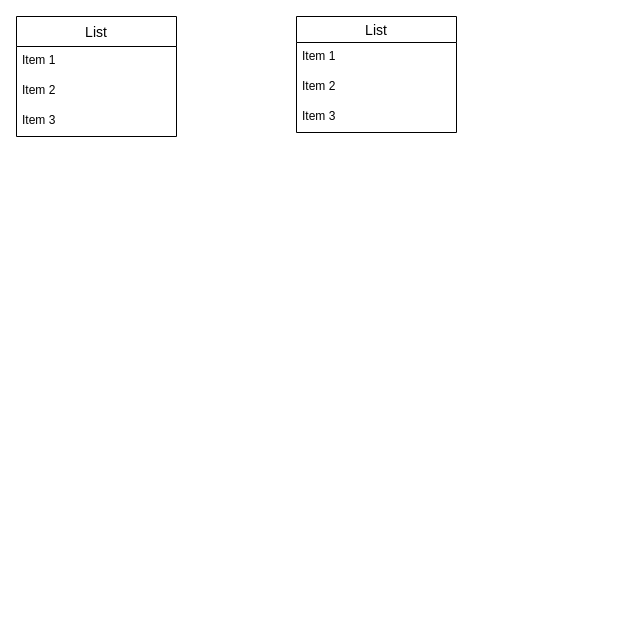
Earlier version of the draw.io diagram app/views/er.dio (mikArai5/furima-31920). Source tidied: cells renumbered, new cells numbered last; positions are measured from the earlier drawing's top-left corner, leaving out a move shared by most shapes. Both pictures are drawn from the tidied source at 100%, with x=0, y=0 at pixel (16, 16).
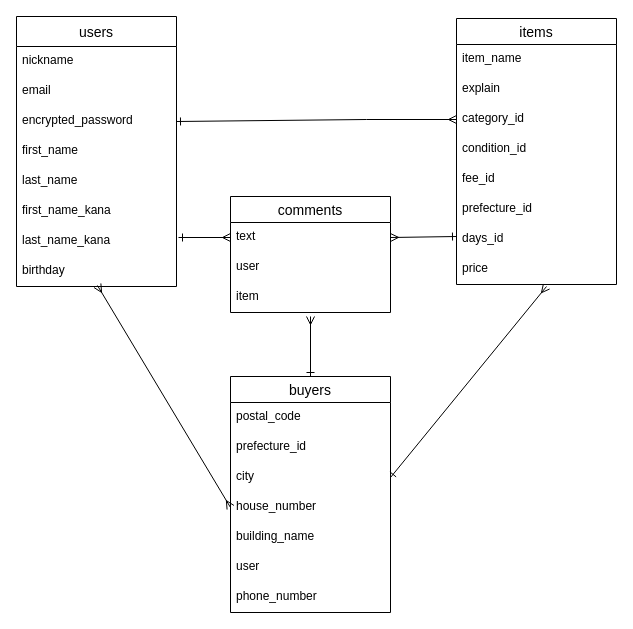
After the change.

Diff of the diagram source:
```diff
@@
-    <mxCell id="2" value="List" style="swimlane;fontStyle=0;horizontal=1;startSize=30;align=center;fontSize=14;" parent="1" vertex="1">
-      <mxGeometry width="160" height="120" as="geometry" />
+    <mxCell id="2" value="users" style="swimlane;fontStyle=0;horizontal=1;startSize=30;align=center;fontSize=14;" parent="1" vertex="1">
+      <mxGeometry width="160" height="270" as="geometry" />
     </mxCell>
-    <mxCell id="3" value="Item 1" style="text;strokeColor=none;fillColor=none;spacingLeft=4;spacingRight=4;overflow=hidden;fontSize=12;" parent="2" vertex="1">
+    <mxCell id="3" value="nickname" style="text;strokeColor=none;fillColor=none;spacingLeft=4;spacingRight=4;overflow=hidden;fontSize=12;" parent="2" vertex="1">
       <mxGeometry y="30" width="160" height="30" as="geometry" />
     </mxCell>
-    <mxCell id="4" value="Item 2" style="text;strokeColor=none;fillColor=none;spacingLeft=4;spacingRight=4;overflow=hidden;fontSize=12;" parent="2" vertex="1">
+    <mxCell id="4" value="email" style="text;strokeColor=none;fillColor=none;spacingLeft=4;spacingRight=4;overflow=hidden;fontSize=12;" parent="2" vertex="1">
       <mxGeometry y="60" width="160" height="30" as="geometry" />
     </mxCell>
-    <mxCell id="5" value="Item 3" style="text;strokeColor=none;fillColor=none;spacingLeft=4;spacingRight=4;overflow=hidden;points=[[0,0.5],[1,0.5]];portConstraint=eastwest;fontSize=12;" parent="2" vertex="1">
+    <mxCell id="5" value="encrypted_password" style="text;strokeColor=none;fillColor=none;spacingLeft=4;spacingRight=4;overflow=hidden;points=[[0,0.5],[1,0.5]];portConstraint=eastwest;fontSize=12;" parent="2" vertex="1">
       <mxGeometry y="90" width="160" height="30" as="geometry" />
     </mxCell>
+    <mxCell id="10" value="first_name" style="text;strokeColor=none;fillColor=none;spacingLeft=4;spacingRight=4;overflow=hidden;fontSize=12;" parent="2" vertex="1">
+      <mxGeometry y="120" width="160" height="30" as="geometry" />
+    </mxCell>
+    <mxCell id="11" value="last_name" style="text;strokeColor=none;fillColor=none;spacingLeft=4;spacingRight=4;overflow=hidden;fontSize=12;" parent="2" vertex="1">
+      <mxGeometry y="150" width="160" height="30" as="geometry" />
+    </mxCell>
+    <mxCell id="12" value="first_name_kana" style="text;strokeColor=none;fillColor=none;spacingLeft=4;spacingRight=4;overflow=hidden;fontSize=12;" parent="2" vertex="1">
+      <mxGeometry y="180" width="160" height="30" as="geometry" />
+    </mxCell>
+    <mxCell id="13" value="last_name_kana" style="text;strokeColor=none;fillColor=none;spacingLeft=4;spacingRight=4;overflow=hidden;fontSize=12;" parent="2" vertex="1">
+      <mxGeometry y="210" width="160" height="30" as="geometry" />
+    </mxCell>
+    <mxCell id="14" value="birthday" style="text;strokeColor=none;fillColor=none;spacingLeft=4;spacingRight=4;overflow=hidden;points=[[0,0.5],[1,0.5]];portConstraint=eastwest;fontSize=12;" parent="2" vertex="1">
+      <mxGeometry y="240" width="160" height="30" as="geometry" />
+    </mxCell>
-    <mxCell id="6" value="List" style="swimlane;fontStyle=0;horizontal=1;startSize=26;align=center;fontSize=14;" parent="1" vertex="1">
-      <mxGeometry x="280" width="160" height="116" as="geometry" />
+    <mxCell id="6" value="items" style="swimlane;fontStyle=0;horizontal=1;startSize=26;align=center;fontSize=14;" parent="1" vertex="1">
+      <mxGeometry x="440" y="2" width="160" height="266" as="geometry" />
     </mxCell>
-    <mxCell id="7" value="Item 1" style="text;strokeColor=none;fillColor=none;spacingLeft=4;spacingRight=4;overflow=hidden;fontSize=12;" parent="6" vertex="1">
+    <mxCell id="7" value="item_name" style="text;strokeColor=none;fillColor=none;spacingLeft=4;spacingRight=4;overflow=hidden;fontSize=12;" parent="6" vertex="1">
       <mxGeometry y="26" width="160" height="30" as="geometry" />
     </mxCell>
-    <mxCell id="8" value="Item 2" style="text;strokeColor=none;fillColor=none;spacingLeft=4;spacingRight=4;overflow=hidden;fontSize=12;" parent="6" vertex="1">
+    <mxCell id="8" value="explain" style="text;strokeColor=none;fillColor=none;spacingLeft=4;spacingRight=4;overflow=hidden;fontSize=12;" parent="6" vertex="1">
       <mxGeometry y="56" width="160" height="30" as="geometry" />
     </mxCell>
-    <mxCell id="9" value="Item 3" style="text;strokeColor=none;fillColor=none;spacingLeft=4;spacingRight=4;overflow=hidden;points=[[0,0.5],[1,0.5]];portConstraint=eastwest;fontSize=12;" parent="6" vertex="1">
+    <mxCell id="9" value="category_id" style="text;strokeColor=none;fillColor=none;spacingLeft=4;spacingRight=4;overflow=hidden;points=[[0,0.5],[1,0.5]];portConstraint=eastwest;fontSize=12;" parent="6" vertex="1">
       <mxGeometry y="86" width="160" height="30" as="geometry" />
     </mxCell>
+    <mxCell id="15" value="condition_id" style="text;strokeColor=none;fillColor=none;spacingLeft=4;spacingRight=4;overflow=hidden;fontSize=12;" parent="6" vertex="1">
+      <mxGeometry y="116" width="160" height="30" as="geometry" />
+    </mxCell>
+    <mxCell id="16" value="fee_id" style="text;strokeColor=none;fillColor=none;spacingLeft=4;spacingRight=4;overflow=hidden;fontSize=12;" parent="6" vertex="1">
+      <mxGeometry y="146" width="160" height="30" as="geometry" />
+    </mxCell>
+    <mxCell id="17" value="prefecture_id" style="text;strokeColor=none;fillColor=none;spacingLeft=4;spacingRight=4;overflow=hidden;fontSize=12;" parent="6" vertex="1">
+      <mxGeometry y="176" width="160" height="30" as="geometry" />
+    </mxCell>
+    <mxCell id="18" value="days_id" style="text;strokeColor=none;fillColor=none;spacingLeft=4;spacingRight=4;overflow=hidden;fontSize=12;" parent="6" vertex="1">
+      <mxGeometry y="206" width="160" height="30" as="geometry" />
+    </mxCell>
+    <mxCell id="19" value="price" style="text;strokeColor=none;fillColor=none;spacingLeft=4;spacingRight=4;overflow=hidden;fontSize=12;" parent="6" vertex="1">
+      <mxGeometry y="236" width="160" height="30" as="geometry" />
+    </mxCell>
+    <mxCell id="20" value="comments" style="swimlane;fontStyle=0;horizontal=1;startSize=26;align=center;fontSize=14;" parent="1" vertex="1">
+      <mxGeometry x="214" y="180" width="160" height="116" as="geometry" />
+    </mxCell>
+    <mxCell id="21" value="text" style="text;strokeColor=none;fillColor=none;spacingLeft=4;spacingRight=4;overflow=hidden;points=[[0,0.5],[1,0.5]];portConstraint=eastwest;fontSize=12;" parent="20" vertex="1">
+      <mxGeometry y="26" width="160" height="30" as="geometry" />
+    </mxCell>
+    <mxCell id="22" value="user" style="text;strokeColor=none;fillColor=none;spacingLeft=4;spacingRight=4;overflow=hidden;fontSize=12;" parent="20" vertex="1">
+      <mxGeometry y="56" width="160" height="30" as="geometry" />
+    </mxCell>
+    <mxCell id="23" value="item" style="text;strokeColor=none;fillColor=none;spacingLeft=4;spacingRight=4;overflow=hidden;points=[[0,0.5],[1,0.5]];portConstraint=eastwest;fontSize=12;" parent="20" vertex="1">
+      <mxGeometry y="86" width="160" height="30" as="geometry" />
+    </mxCell>
+    <mxCell id="24" style="edgeStyle=none;rounded=0;jettySize=auto;html=1;exitX=0.5;exitY=0;exitDx=0;exitDy=0;entryX=0.5;entryY=1.133;entryDx=0;entryDy=0;entryPerimeter=0;startArrow=ERone;startFill=0;endArrow=ERmany;endFill=0;" parent="1" edge="1" source="25" target="23">
+      <mxGeometry relative="1" as="geometry" />
+    </mxCell>
+    <mxCell id="25" value="buyers" style="swimlane;fontStyle=0;horizontal=1;startSize=26;align=center;fontSize=14;" parent="1" vertex="1">
+      <mxGeometry x="214" y="360" width="160" height="236" as="geometry" />
+    </mxCell>
+    <mxCell id="26" value="postal_code" style="text;strokeColor=none;fillColor=none;spacingLeft=4;spacingRight=4;overflow=hidden;fontSize=12;" parent="25" vertex="1">
+      <mxGeometry y="26" width="160" height="30" as="geometry" />
+    </mxCell>
+    <mxCell id="27" value="prefecture_id" style="text;strokeColor=none;fillColor=none;spacingLeft=4;spacingRight=4;overflow=hidden;fontSize=12;" parent="25" vertex="1">
+      <mxGeometry y="56" width="160" height="30" as="geometry" />
+    </mxCell>
+    <mxCell id="28" value="city" style="text;strokeColor=none;fillColor=none;spacingLeft=4;spacingRight=4;overflow=hidden;points=[[0,0.5],[1,0.5]];portConstraint=eastwest;fontSize=12;" parent="25" vertex="1">
+      <mxGeometry y="86" width="160" height="30" as="geometry" />
+    </mxCell>
+    <mxCell id="29" value="house_number" style="text;strokeColor=none;fillColor=none;spacingLeft=4;spacingRight=4;overflow=hidden;points=[[0,0.5],[1,0.5]];portConstraint=eastwest;fontSize=12;" parent="25" vertex="1">
+      <mxGeometry y="116" width="160" height="30" as="geometry" />
+    </mxCell>
+    <mxCell id="30" value="building_name" style="text;strokeColor=none;fillColor=none;spacingLeft=4;spacingRight=4;overflow=hidden;fontSize=12;" parent="25" vertex="1">
+      <mxGeometry y="146" width="160" height="30" as="geometry" />
+    </mxCell>
+    <mxCell id="31" value="user" style="text;strokeColor=none;fillColor=none;spacingLeft=4;spacingRight=4;overflow=hidden;fontSize=12;" parent="25" vertex="1">
+      <mxGeometry y="176" width="160" height="30" as="geometry" />
+    </mxCell>
+    <mxCell id="32" value="phone_number" style="text;strokeColor=none;fillColor=none;spacingLeft=4;spacingRight=4;overflow=hidden;fontSize=12;" parent="25" vertex="1">
+      <mxGeometry y="206" width="160" height="30" as="geometry" />
+    </mxCell>
+    <mxCell id="33" style="edgeStyle=none;rounded=0;jettySize=auto;html=1;exitX=1;exitY=0.5;exitDx=0;exitDy=0;entryX=0;entryY=0.5;entryDx=0;entryDy=0;endArrow=ERmany;endFill=0;startArrow=ERone;startFill=0;" parent="1" edge="1" source="5" target="9">
+      <mxGeometry relative="1" as="geometry">
+        <Array as="points">
+          <mxPoint x="350" y="103" />
+        </Array>
+      </mxGeometry>
+    </mxCell>
+    <mxCell id="34" style="edgeStyle=none;rounded=0;jettySize=auto;html=1;entryX=0;entryY=0.5;entryDx=0;entryDy=0;startArrow=ERone;startFill=0;endArrow=ERmany;endFill=0;" parent="1" edge="1" target="21">
+      <mxGeometry relative="1" as="geometry">
+        <mxPoint x="162" y="221" as="sourcePoint" />
+      </mxGeometry>
+    </mxCell>
+    <mxCell id="35" style="edgeStyle=none;rounded=0;jettySize=auto;html=1;entryX=1;entryY=0.5;entryDx=0;entryDy=0;startArrow=ERone;startFill=0;endArrow=ERmany;endFill=0;" parent="1" edge="1" target="21">
+      <mxGeometry relative="1" as="geometry">
+        <mxPoint x="440" y="220" as="sourcePoint" />
+      </mxGeometry>
+    </mxCell>
+    <mxCell id="36" style="edgeStyle=none;rounded=0;jettySize=auto;html=1;exitX=1;exitY=0.5;exitDx=0;exitDy=0;startArrow=ERone;startFill=0;endArrow=ERmany;endFill=0;" parent="1" edge="1" source="28">
+      <mxGeometry relative="1" as="geometry">
+        <mxPoint x="530" y="270" as="targetPoint" />
+      </mxGeometry>
+    </mxCell>
+    <mxCell id="37" style="edgeStyle=none;rounded=0;jettySize=auto;html=1;exitX=0;exitY=0.5;exitDx=0;exitDy=0;entryX=0.506;entryY=0.967;entryDx=0;entryDy=0;entryPerimeter=0;startArrow=ERmany;startFill=0;endArrow=ERmany;endFill=0;" parent="1" edge="1" source="29" target="14">
+      <mxGeometry relative="1" as="geometry" />
+    </mxCell>
```
